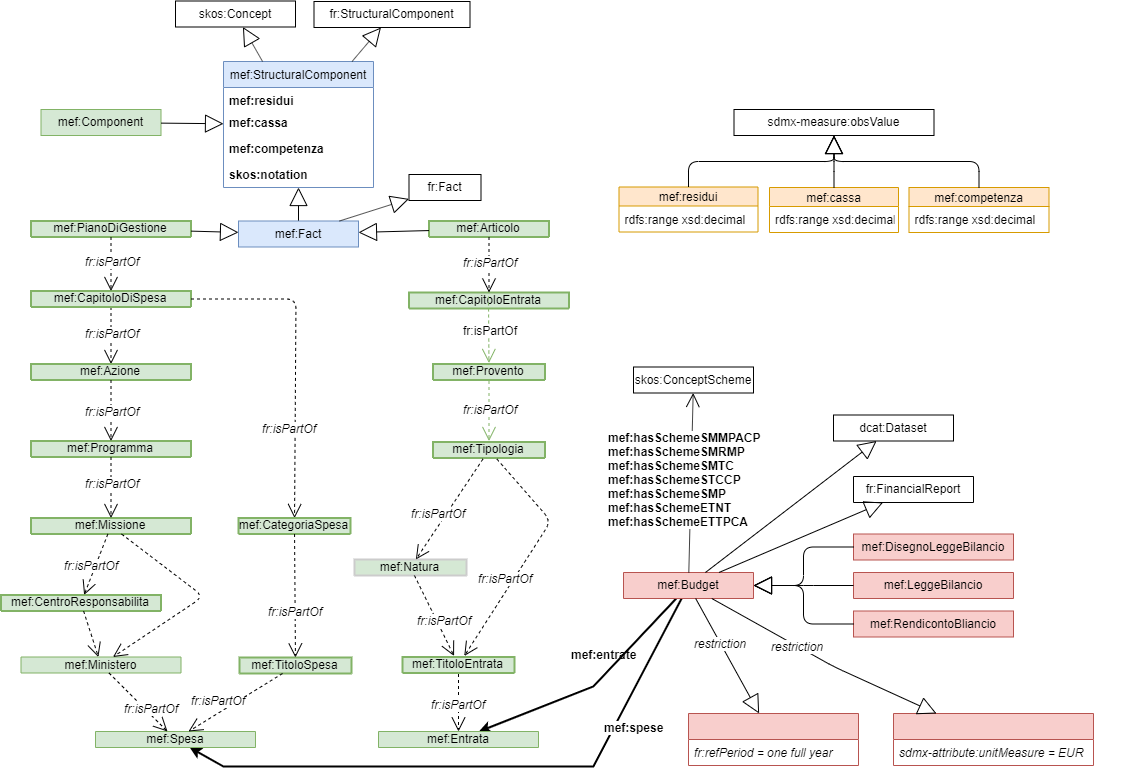
Earlier version of the draw.io export mef/uml-diagram.png (g0v-it/ontologies). Source tidied: cells renumbered, new cells last; positions are measured from the earlier drawing's top-left corner, leaving out a move shared by most shapes.
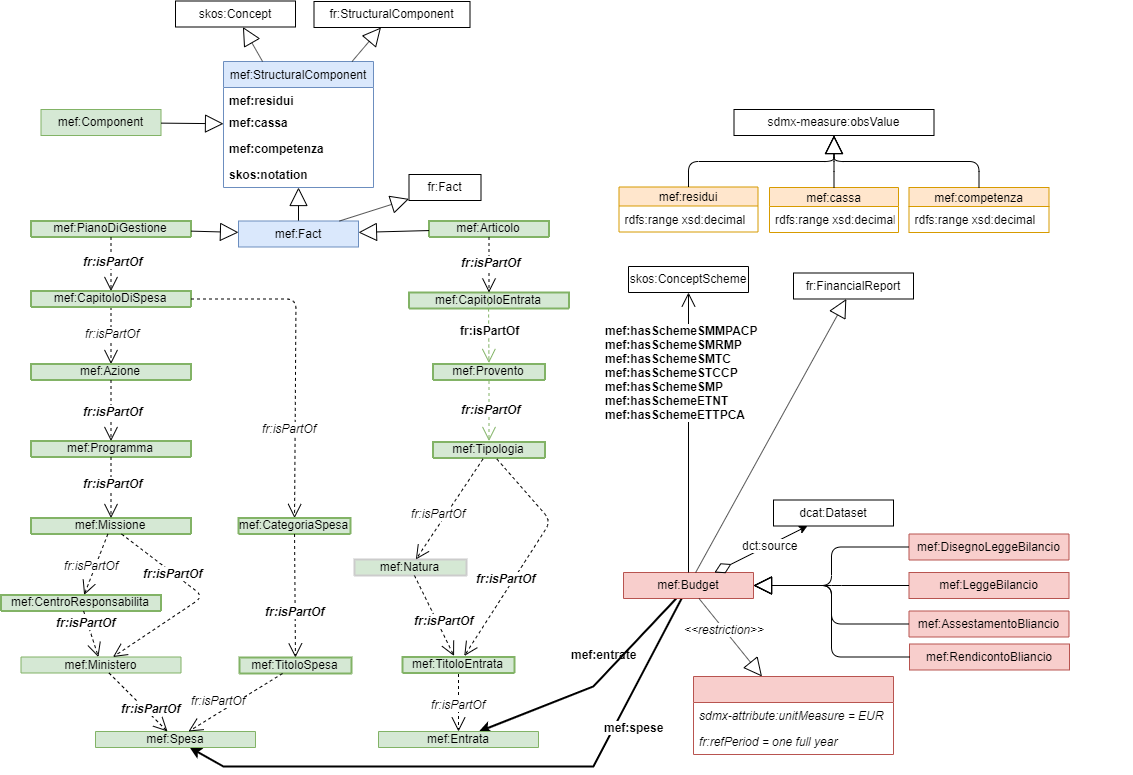
Above is the later version.

Diff of the diagram source:
```diff
@@ -57,7 +57,7 @@
     <mxCell id="14" style="endArrow=open;endFill=1;endSize=12;html=1;dashed=1;" parent="1" edge="1" source="10" target="11">
       <mxGeometry relative="1" as="geometry" />
     </mxCell>
-    <mxCell id="15" value="fr:isPartOf" style="text;html=1;align=center;verticalAlign=middle;labelBackgroundColor=#ffffff;fontStyle=2;" parent="14" vertex="1">
+    <mxCell id="15" value="fr:isPartOf" style="text;html=1;align=center;verticalAlign=middle;labelBackgroundColor=#ffffff;fontStyle=3;" parent="14" vertex="1">
       <mxGeometry x="0.4" y="-5" relative="1" as="geometry">
         <mxPoint x="6" y="-12.5" as="offset" />
       </mxGeometry>
@@ -65,7 +65,7 @@
     <mxCell id="16" style="endArrow=open;endFill=1;endSize=12;html=1;dashed=1;" parent="1" edge="1" source="11" target="12">
       <mxGeometry relative="1" as="geometry" />
     </mxCell>
-    <mxCell id="17" value="fr:isPartOf" style="text;html=1;align=center;verticalAlign=middle;labelBackgroundColor=#ffffff;fontStyle=2;" parent="16" vertex="1">
+    <mxCell id="17" value="fr:isPartOf" style="text;html=1;align=center;verticalAlign=middle;labelBackgroundColor=#ffffff;fontStyle=3;" parent="16" vertex="1">
       <mxGeometry x="0.4" y="-5" relative="1" as="geometry">
         <mxPoint x="6" y="-17" as="offset" />
       </mxGeometry>
@@ -76,7 +76,7 @@
     <mxCell id="19" style="endArrow=open;endFill=1;endSize=12;html=1;dashed=1;" parent="1" edge="1" source="18" target="9">
       <mxGeometry relative="1" as="geometry" />
     </mxCell>
-    <mxCell id="20" value="fr:isPartOf" style="text;html=1;align=center;verticalAlign=middle;labelBackgroundColor=#ffffff;fontStyle=2;" parent="19" vertex="1">
+    <mxCell id="20" value="fr:isPartOf" style="text;html=1;align=center;verticalAlign=middle;labelBackgroundColor=#ffffff;fontStyle=3;" parent="19" vertex="1">
       <mxGeometry x="0.4" y="-5" relative="1" as="geometry">
         <mxPoint x="6" y="-14" as="offset" />
       </mxGeometry>
@@ -95,6 +95,11 @@
     <mxCell id="24" style="endArrow=open;endFill=1;endSize=12;html=1;elbow=vertical;dashed=1;" parent="1" edge="1" source="21" target="13">
       <mxGeometry relative="1" as="geometry" />
     </mxCell>
+    <mxCell id="108" value="fr:isPartOf" style="text;html=1;align=center;verticalAlign=middle;labelBackgroundColor=#ffffff;fontStyle=3;" parent="24" vertex="1">
+      <mxGeometry x="-0.52" y="-2" relative="1" as="geometry">
+        <mxPoint y="-1" as="offset" />
+      </mxGeometry>
+    </mxCell>
     <mxCell id="25" value="mef:TitoloSpesa" style="swimlane;fontStyle=0;horizontal=1;startSize=19;fillColor=#d5e8d4;swimlaneFillColor=#ffffff;strokeColor=#82b366;strokeWidth=2;" parent="1" vertex="1" collapsed="1">
       <mxGeometry x="238" y="657" width="112" height="16" as="geometry" />
     </mxCell>
@@ -104,7 +109,7 @@
     <mxCell id="27" style="endArrow=open;endFill=1;endSize=12;html=1;dashed=1;" parent="1" edge="1" source="26" target="25">
       <mxGeometry relative="1" as="geometry" />
     </mxCell>
-    <mxCell id="28" value="fr:isPartOf" style="text;html=1;align=center;verticalAlign=middle;labelBackgroundColor=#ffffff;fontStyle=2;" parent="27" vertex="1">
+    <mxCell id="28" value="fr:isPartOf" style="text;html=1;align=center;verticalAlign=middle;labelBackgroundColor=#ffffff;fontStyle=3;" parent="27" vertex="1">
       <mxGeometry x="0.4" y="-5" relative="1" as="geometry">
         <mxPoint x="4.5" y="-10" as="offset" />
       </mxGeometry>
@@ -139,7 +144,7 @@
     <mxCell id="36" style="endArrow=open;endFill=1;endSize=12;html=1;dashed=1;" parent="1" edge="1" source="35" target="34">
       <mxGeometry relative="1" as="geometry" />
     </mxCell>
-    <mxCell id="37" value="fr:isPartOf" style="text;html=1;align=center;verticalAlign=middle;labelBackgroundColor=#ffffff;fontStyle=2;" parent="36" vertex="1">
+    <mxCell id="37" value="fr:isPartOf" style="text;html=1;align=center;verticalAlign=middle;labelBackgroundColor=#ffffff;fontStyle=3;" parent="36" vertex="1">
       <mxGeometry x="0.4" y="-5" relative="1" as="geometry">
         <mxPoint x="6" y="-14" as="offset" />
       </mxGeometry>
@@ -149,7 +154,7 @@
         <mxPoint x="487" y="296" as="sourcePoint" />
       </mxGeometry>
     </mxCell>
-    <mxCell id="39" value="fr:isPartOf" style="text;html=1;align=center;verticalAlign=middle;labelBackgroundColor=#ffffff;" parent="38" vertex="1">
+    <mxCell id="39" value="fr:isPartOf" style="text;html=1;align=center;verticalAlign=middle;labelBackgroundColor=#ffffff;fontStyle=1;" parent="38" vertex="1">
       <mxGeometry x="0.4" y="-5" relative="1" as="geometry">
         <mxPoint x="6" y="-14" as="offset" />
       </mxGeometry>
@@ -157,7 +162,7 @@
     <mxCell id="40" style="endArrow=open;endFill=1;endSize=12;html=1;dashed=1;fillColor=#d5e8d4;strokeColor=#82b366;" parent="1" edge="1" source="33" target="32">
       <mxGeometry relative="1" as="geometry" />
     </mxCell>
-    <mxCell id="41" value="fr:isPartOf" style="text;html=1;align=center;verticalAlign=middle;labelBackgroundColor=#ffffff;fontStyle=2;" parent="40" vertex="1">
+    <mxCell id="41" value="fr:isPartOf" style="text;html=1;align=center;verticalAlign=middle;labelBackgroundColor=#ffffff;fontStyle=3;" parent="40" vertex="1">
       <mxGeometry x="0.4" y="-5" relative="1" as="geometry">
         <mxPoint x="6" y="-14" as="offset" />
       </mxGeometry>
@@ -173,7 +178,7 @@
     <mxCell id="44" style="endArrow=open;endFill=1;endSize=12;html=1;dashed=1;" parent="1" edge="1" source="31" target="46">
       <mxGeometry relative="1" as="geometry" />
     </mxCell>
-    <mxCell id="45" value="fr:isPartOf" style="text;html=1;align=center;verticalAlign=middle;labelBackgroundColor=#ffffff;fontStyle=2;" parent="44" vertex="1">
+    <mxCell id="45" value="&lt;b&gt;fr:isPartOf&lt;/b&gt;" style="text;html=1;align=center;verticalAlign=middle;labelBackgroundColor=#ffffff;fontStyle=2;" parent="44" vertex="1">
       <mxGeometry x="0.4" y="-5" relative="1" as="geometry">
         <mxPoint x="6" y="-14" as="offset" />
       </mxGeometry>
@@ -251,10 +256,10 @@
       <mxGeometry relative="1" as="geometry" />
     </mxCell>
     <mxCell id="70" value="skos:ConceptScheme" style="swimlane;fontStyle=0;horizontal=1;startSize=26;swimlaneFillColor=#ffffff;strokeWidth=1;" parent="1" vertex="1" collapsed="1">
-      <mxGeometry x="632" y="366.5" width="120" height="26" as="geometry" />
+      <mxGeometry x="627" y="266" width="120" height="26" as="geometry" />
     </mxCell>
     <mxCell id="71" value="fr:FinancialReport" style="swimlane;fontStyle=0;horizontal=1;startSize=26;swimlaneFillColor=#ffffff;strokeWidth=1;" parent="1" vertex="1" collapsed="1">
-      <mxGeometry x="852" y="476" width="120" height="26" as="geometry" />
+      <mxGeometry x="792" y="272.5" width="120" height="26" as="geometry" />
     </mxCell>
     <mxCell id="72" style="endArrow=block;endSize=16;endFill=0;html=1;" parent="1" edge="1" source="5" target="71">
       <mxGeometry relative="1" as="geometry" />
@@ -278,7 +283,7 @@
         </Array>
       </mxGeometry>
     </mxCell>
-    <mxCell id="77" value="fr:isPartOf" style="text;html=1;align=center;verticalAlign=middle;labelBackgroundColor=#ffffff;fontStyle=2;" parent="76" vertex="1">
+    <mxCell id="77" value="fr:isPartOf" style="text;html=1;align=center;verticalAlign=middle;labelBackgroundColor=#ffffff;fontStyle=3;" parent="76" vertex="1">
       <mxGeometry x="0.4" y="-5" relative="1" as="geometry">
         <mxPoint x="6" y="-14" as="offset" />
       </mxGeometry>
@@ -293,22 +298,27 @@
         </Array>
       </mxGeometry>
     </mxCell>
+    <mxCell id="109" value="fr:isPartOf" style="text;html=1;align=center;verticalAlign=middle;labelBackgroundColor=#ffffff;fontStyle=3;" parent="79" vertex="1">
+      <mxGeometry x="-0.39" relative="1" as="geometry">
+        <mxPoint x="-1" as="offset" />
+      </mxGeometry>
+    </mxCell>
     <mxCell id="80" style="endArrow=open;endFill=1;endSize=12;html=1;" parent="1" edge="1" source="5" target="70">
       <mxGeometry relative="1" as="geometry" />
     </mxCell>
     <mxCell id="81" value="&lt;div&gt;mef:hasSchemeSMMPACP&lt;/div&gt;&lt;div&gt;mef:hasSchemeSMRMP&lt;/div&gt;&lt;div&gt;mef:hasSchemeSMTC&lt;/div&gt;&lt;div&gt;mef:hasSchemeSTCCP&lt;/div&gt;&lt;div&gt;mef:hasSchemeSMP&lt;/div&gt;&lt;div&gt;mef:hasSchemeETNT&lt;/div&gt;&lt;div&gt;mef:hasSchemeETTPCA&lt;/div&gt;" style="text;html=1;align=left;verticalAlign=middle;labelBackgroundColor=#ffffff;fontStyle=1;" parent="80" vertex="1">
       <mxGeometry x="0.4" y="-5" relative="1" as="geometry">
-        <mxPoint x="-90" y="32" as="offset" />
+        <mxPoint x="-90" y="-3.5" as="offset" />
       </mxGeometry>
     </mxCell>
     <mxCell id="82" value="mef:DisegnoLeggeBilancio" style="swimlane;fontStyle=0;horizontal=1;startSize=26;fillColor=#f8cecc;swimlaneFillColor=#ffffff;strokeWidth=1;strokeColor=#b85450;" parent="1" vertex="1" collapsed="1">
-      <mxGeometry x="852" y="533.5" width="160" height="26" as="geometry" />
+      <mxGeometry x="907.5" y="533.5" width="160" height="26" as="geometry" />
     </mxCell>
     <mxCell id="83" value="mef:LeggeBilancio" style="swimlane;fontStyle=0;horizontal=1;startSize=26;fillColor=#f8cecc;swimlaneFillColor=#ffffff;strokeWidth=1;strokeColor=#b85450;" parent="1" vertex="1" collapsed="1">
-      <mxGeometry x="852" y="572" width="160" height="26" as="geometry" />
+      <mxGeometry x="907.5" y="572" width="160" height="26" as="geometry" />
     </mxCell>
-    <mxCell id="84" value="mef:RendicontoBliancio" style="swimlane;fontStyle=0;horizontal=1;startSize=26;fillColor=#f8cecc;swimlaneFillColor=#ffffff;strokeWidth=1;strokeColor=#b85450;" parent="1" vertex="1" collapsed="1">
-      <mxGeometry x="852" y="610.5" width="160" height="26" as="geometry" />
+    <mxCell id="84" value="mef:AssestamentoBliancio" style="swimlane;fontStyle=0;horizontal=1;startSize=26;fillColor=#f8cecc;swimlaneFillColor=#ffffff;strokeWidth=1;strokeColor=#b85450;" parent="1" vertex="1" collapsed="1">
+      <mxGeometry x="907.5" y="610.5" width="160" height="26" as="geometry" />
     </mxCell>
     <mxCell id="85" style="endArrow=block;endSize=16;endFill=0;html=1;edgeStyle=elbowEdgeStyle;" parent="1" edge="1" source="82" target="5">
       <mxGeometry relative="1" as="geometry" />
@@ -328,7 +338,7 @@
     <mxCell id="90" style="endArrow=open;endFill=1;endSize=12;html=1;dashed=1;" parent="1" edge="1" source="13" target="88">
       <mxGeometry relative="1" as="geometry" />
     </mxCell>
-    <mxCell id="91" value="fr:isPartOf" style="text;html=1;align=center;verticalAlign=middle;labelBackgroundColor=#ffffff;fontStyle=2;" parent="90" vertex="1">
+    <mxCell id="91" value="fr:isPartOf" style="text;html=1;align=center;verticalAlign=middle;labelBackgroundColor=#ffffff;fontStyle=3;" parent="90" vertex="1">
       <mxGeometry x="0.4" y="-5" relative="1" as="geometry">
         <mxPoint x="4.5" y="-10" as="offset" />
       </mxGeometry>
@@ -353,41 +363,37 @@
       <mxGeometry x="567.5" y="644.5" width="80" height="20" as="geometry" />
     </mxCell>
     <mxCell id="97" style="swimlane;fontStyle=0;horizontal=1;startSize=26;fillColor=#f8cecc;swimlaneFillColor=#ffffff;strokeWidth=1;strokeColor=#b85450;" parent="1" vertex="1">
-      <mxGeometry x="892" y="713" width="200" height="52" as="geometry" />
+      <mxGeometry x="692" y="676" width="200" height="78" as="geometry" />
     </mxCell>
     <mxCell id="98" value="sdmx-attribute:unitMeasure = EUR" style="text;strokeColor=none;fillColor=none;align=left;verticalAlign=top;spacingLeft=4;spacingRight=4;overflow=hidden;fontStyle=2;" parent="97" vertex="1">
       <mxGeometry y="26" width="200" height="26" as="geometry" />
     </mxCell>
-    <mxCell id="99" style="swimlane;fontStyle=2;horizontal=1;startSize=26;fillColor=#f8cecc;swimlaneFillColor=#ffffff;strokeWidth=1;strokeColor=#b85450;" parent="1" vertex="1">
-      <mxGeometry x="687" y="713" width="170" height="52" as="geometry" />
-    </mxCell>
-    <mxCell id="100" value="fr:refPeriod = one full year" style="text;strokeColor=none;fillColor=none;align=left;verticalAlign=top;spacingLeft=4;spacingRight=4;overflow=hidden;fontStyle=2;" parent="99" vertex="1">
-      <mxGeometry y="26" width="170" height="26" as="geometry" />
+    <mxCell id="100" value="fr:refPeriod = one full year" style="text;strokeColor=none;fillColor=none;align=left;verticalAlign=top;spacingLeft=4;spacingRight=4;overflow=hidden;fontStyle=2;" parent="97" vertex="1">
+      <mxGeometry y="52" width="200" height="26" as="geometry" />
     </mxCell>
-    <mxCell id="101" style="endArrow=block;endSize=16;endFill=0;html=1;" parent="1" edge="1" source="5" target="99">
-      <mxGeometry relative="1" as="geometry" />
-    </mxCell>
-    <mxCell id="102" value="restriction" style="text;html=1;align=center;verticalAlign=middle;labelBackgroundColor=#ffffff;fontStyle=2;" parent="101" vertex="1">
-      <mxGeometry x="-0.22" relative="1" as="geometry" />
-    </mxCell>
-    <mxCell id="103" style="endArrow=block;endSize=16;endFill=0;html=1;" parent="1" edge="1" source="5" target="97">
-      <mxGeometry relative="1" as="geometry">
-        <Array as="points">
-          <mxPoint x="832" y="666" />
-        </Array>
-      </mxGeometry>
+    <mxCell id="103" style="endArrow=block;endSize=16;endFill=0;html=1;elbow=vertical;" parent="1" edge="1" source="5" target="97">
+      <mxGeometry relative="1" as="geometry" />
     </mxCell>
-    <mxCell id="104" value="restriction" style="text;html=1;align=center;verticalAlign=middle;labelBackgroundColor=#ffffff;fontStyle=2;" parent="103" vertex="1">
+    <mxCell id="104" value="&amp;lt;&amp;lt;restriction&amp;gt;&amp;gt;" style="text;html=1;align=center;verticalAlign=middle;labelBackgroundColor=#ffffff;fontStyle=2;" parent="103" vertex="1">
       <mxGeometry x="-0.22" relative="1" as="geometry" />
     </mxCell>
     <mxCell id="105" style="endArrow=block;endSize=16;endFill=0;html=1;edgeStyle=elbowEdgeStyle;elbow=vertical;" parent="1" edge="1" source="65" target="78">
       <mxGeometry relative="1" as="geometry" />
     </mxCell>
     <mxCell id="106" value="dcat:Dataset" style="swimlane;fontStyle=0;horizontal=1;startSize=26;swimlaneFillColor=#ffffff;strokeWidth=1;" parent="1" vertex="1" collapsed="1">
-      <mxGeometry x="832" y="414.5" width="120" height="26" as="geometry" />
+      <mxGeometry x="772" y="499.5" width="120" height="26" as="geometry" />
     </mxCell>
-    <mxCell id="107" style="endArrow=block;endSize=16;endFill=0;html=1;" parent="1" edge="1" source="5" target="106">
+    <mxCell id="107" style="endArrow=classic;endSize=6;endFill=1;html=1;startArrow=diamondThin;startFill=0;startSize=16;" parent="1" edge="1" source="5" target="106">
       <mxGeometry relative="1" as="geometry" />
     </mxCell>
+    <mxCell id="110" value="dct:source" style="text;html=1;align=center;verticalAlign=middle;labelBackgroundColor=#ffffff;" parent="107" vertex="1">
+      <mxGeometry x="0.18" relative="1" as="geometry" />
+    </mxCell>
+    <mxCell id="111" value="mef:RendicontoBliancio" style="swimlane;fontStyle=0;horizontal=1;startSize=26;fillColor=#f8cecc;swimlaneFillColor=#ffffff;strokeWidth=1;strokeColor=#b85450;" parent="1" vertex="1" collapsed="1">
+      <mxGeometry x="908" y="643.5" width="160" height="26" as="geometry" />
+    </mxCell>
+    <mxCell id="112" style="endArrow=block;endSize=16;endFill=0;html=1;edgeStyle=elbowEdgeStyle;" parent="1" edge="1" source="111" target="5">
+      <mxGeometry relative="1" as="geometry" />
+    </mxCell>
   </root>
 </mxGraphModel>
```
